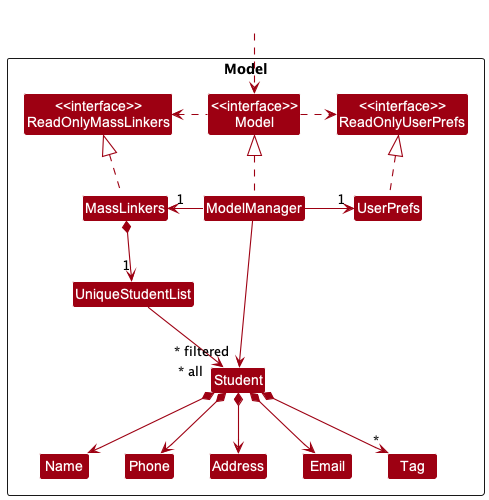
Earlier version of the PlantUML export docs/images/ModelClassDiagram.png (nus-cs2103-AY2223S1/tp).
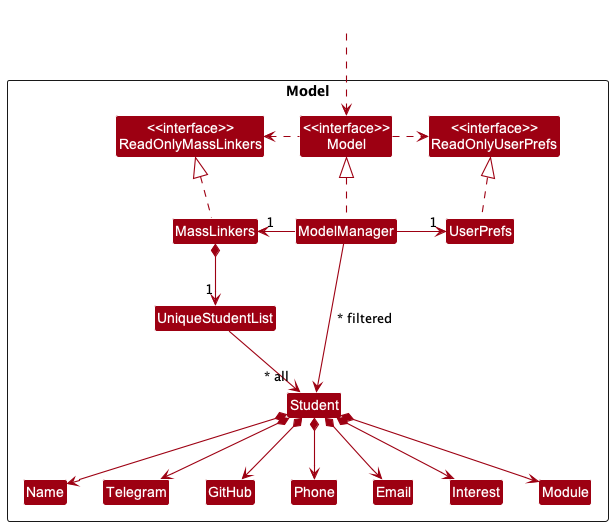
Above is the later version.

The edit, as a diff of the source:
```diff
@@ -14,11 +14,13 @@
 
 Class UniqueStudentList
 Class Student
-Class Address
+Class Name
+Class Telegram
+Class GitHub
+Class Phone
 Class Email
-Class Name
-Class Phone
-Class Tag
+Class Interest
+Class Module
 
 }
 
@@ -35,16 +37,24 @@
 UserPrefs .up.|> ReadOnlyUserPrefs
 
 MassLinkers *--> "1" UniqueStudentList
+
 UniqueStudentList --> "~* all" Student
+
 Student *--> Name
+Student *--> Telegram
+Student *--> GitHub
 Student *--> Phone
 Student *--> Email
-Student *--> Address
-Student *--> "*" Tag
+Student *--> Interest
+Student *--> Module
 
-Name -[hidden]right-> Phone
-Phone -[hidden]right-> Address
-Address -[hidden]right-> Email
+Name -[hidden]right-> Telegram
+Telegram -[hidden]right-> GitHub
+GitHub -[hidden]right-> Phone
+Phone -[hidden]right-> Email
+Email -[hidden]right-> Interest
+Interest -[hidden]right-> Module
 
-ModelManager -->"~* filtered" Student
+ModelManager --> Student: " * filtered"
+
 @enduml
```
